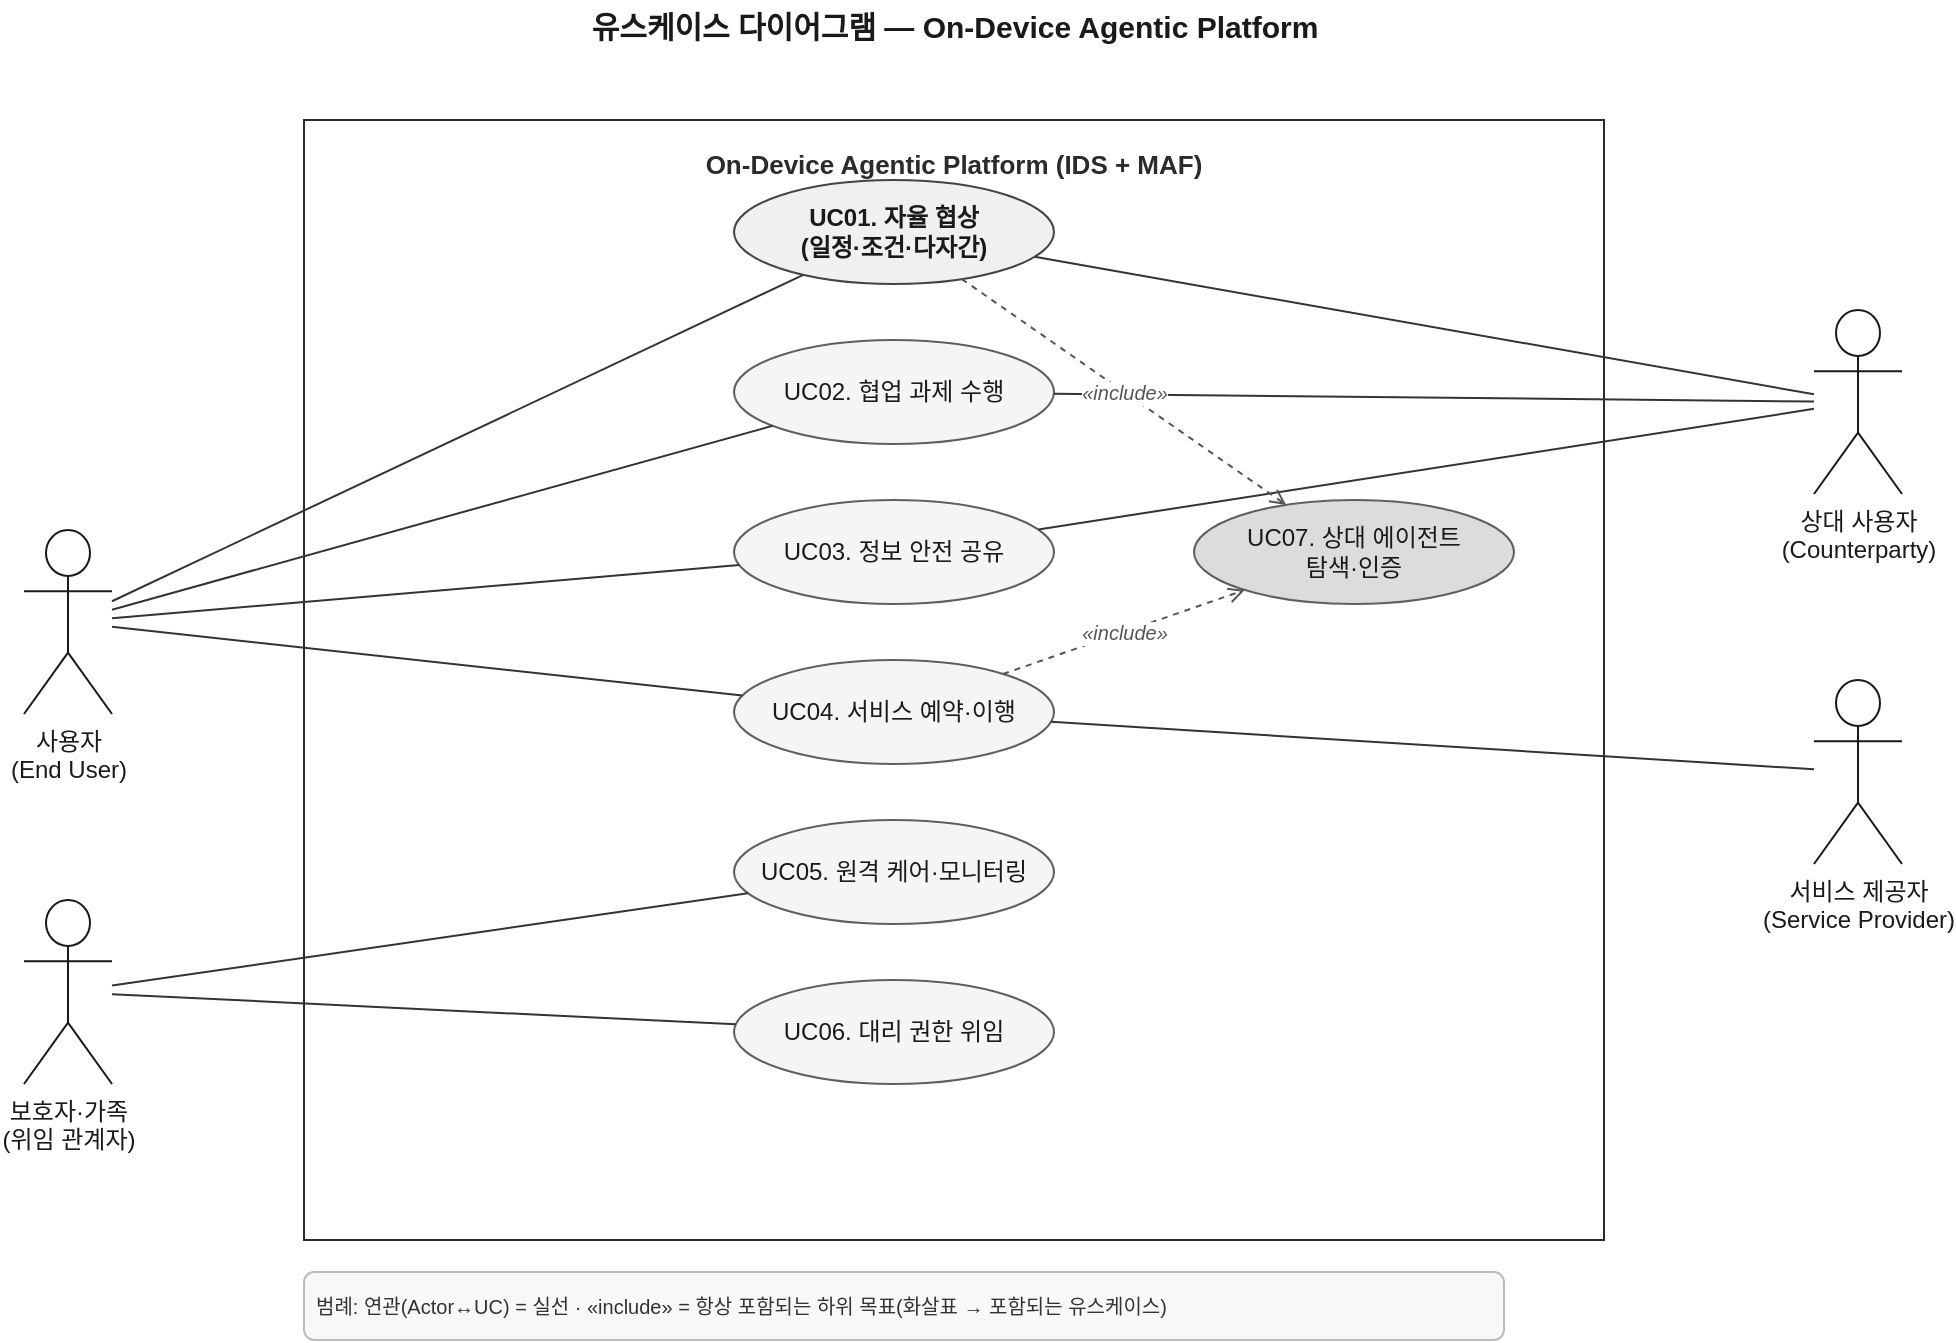
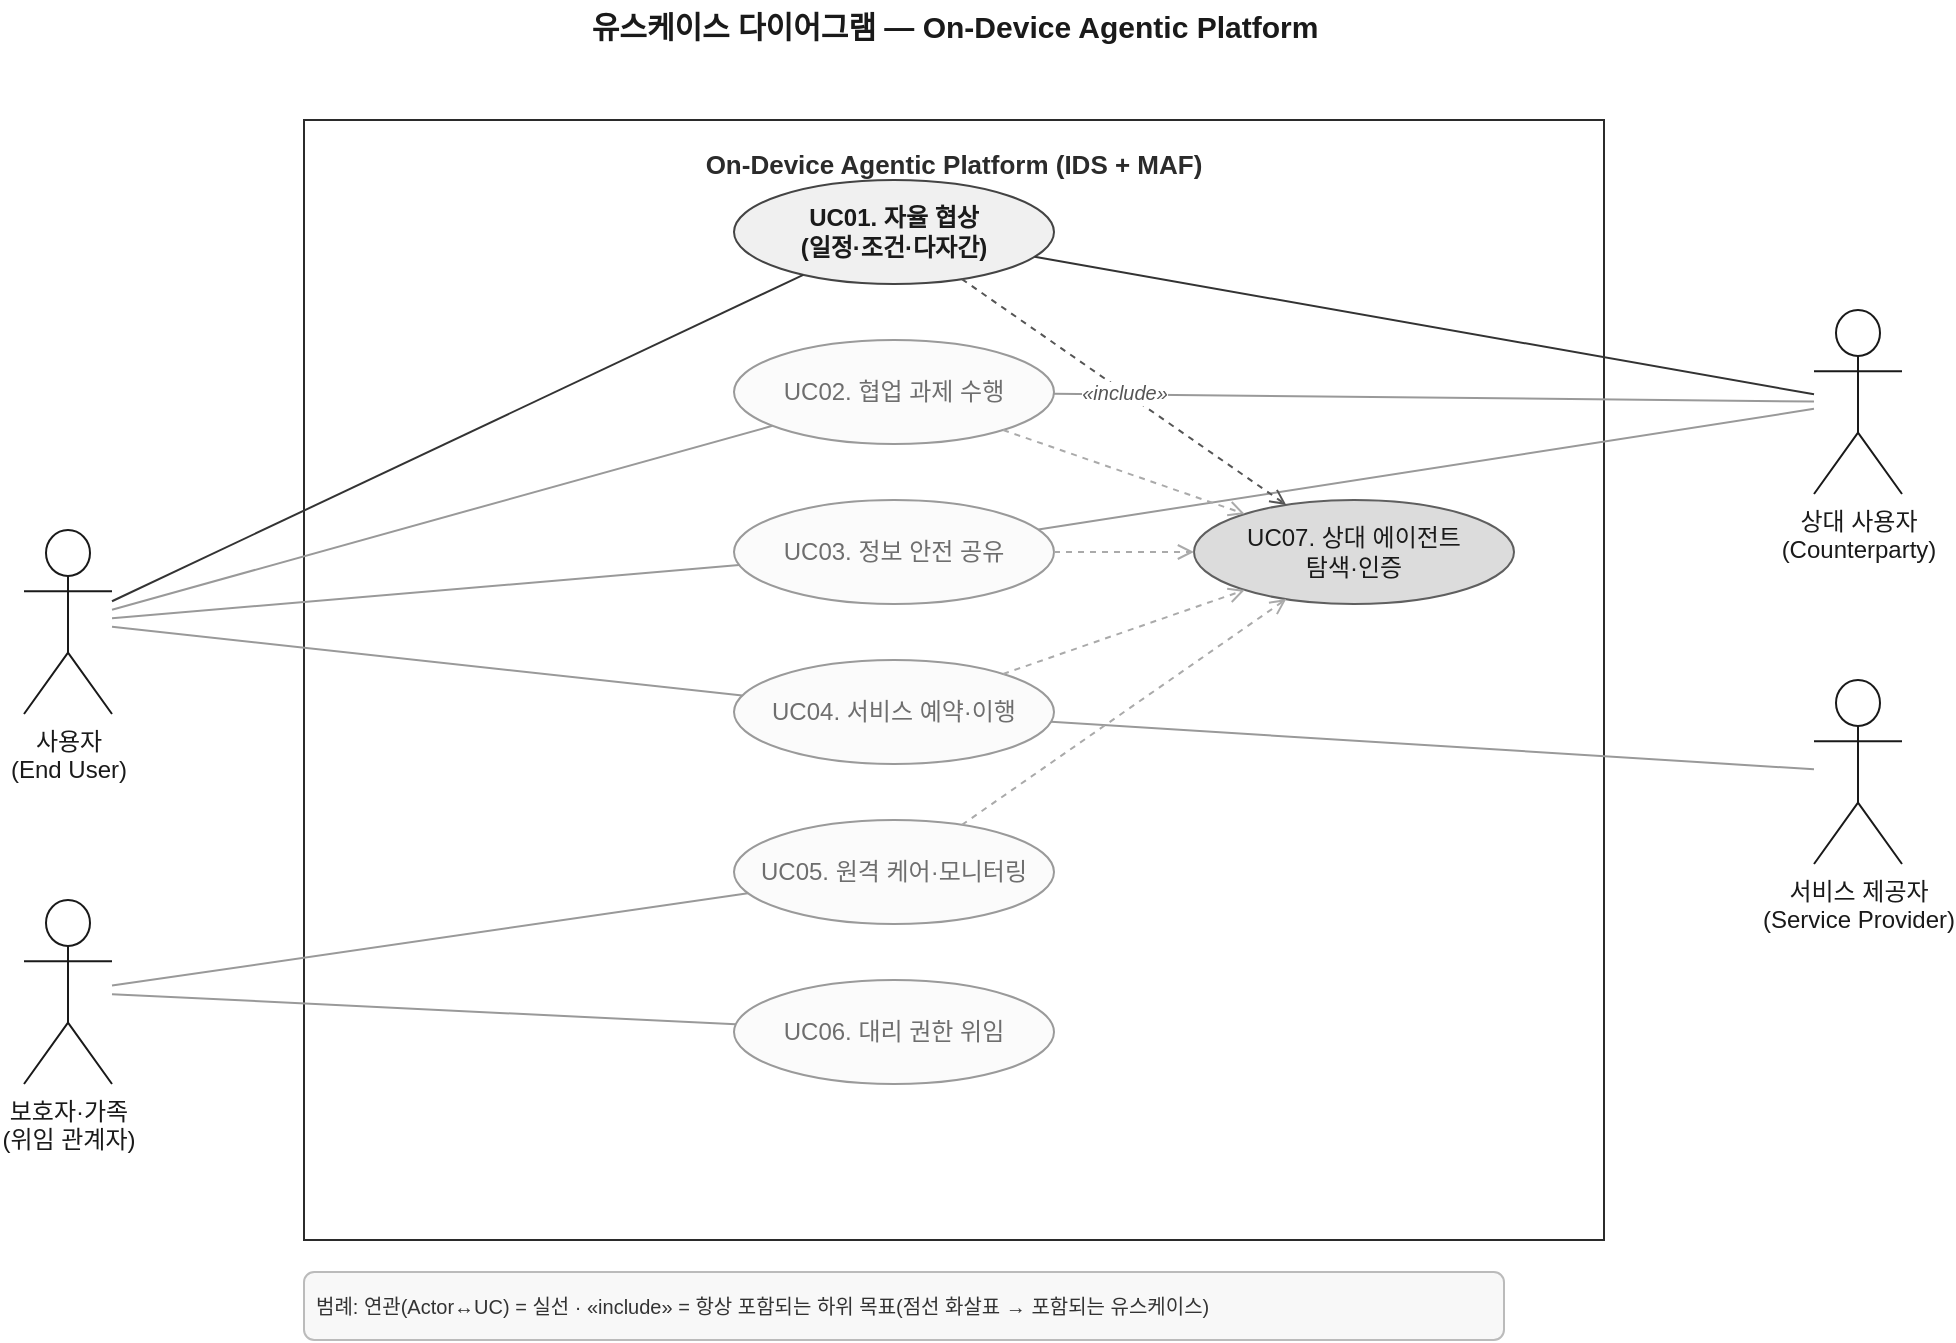
<mxfile host="app.diagrams.net" agent="architect-teamproject" version="24.0.0">
  <diagram name="유스케이스 다이어그램" id="usecase-1">
    <mxGraphModel dx="1200" dy="800" grid="1" gridSize="10" guides="1" tooltips="1" connect="1" arrows="1" fold="1" page="1" pageScale="1" pageWidth="1169" pageHeight="826" math="0" shadow="0">
      <root>
        <mxCell id="0" />
        <mxCell id="1" parent="0" />

        <mxCell id="title" value="유스케이스 다이어그램 — On-Device Agentic Platform" style="text;html=1;align=center;verticalAlign=middle;fontSize=15;fontStyle=1;fontColor=#1a1a1a;" vertex="1" parent="1">
          <mxGeometry x="250" y="20" width="650" height="26" as="geometry" />
        </mxCell>

-         <!-- System boundary -->
        <mxCell id="bnd" value="On-Device Agentic Platform  (IDS + MAF)" style="rounded=0;whiteSpace=wrap;html=1;verticalAlign=top;align=center;fontStyle=1;fontSize=13;fontColor=#2b2b2b;spacingTop=8;fillColor=none;strokeColor=#2b2b2b;" vertex="1" parent="1">
          <mxGeometry x="250" y="80" width="650" height="560" as="geometry" />
        </mxCell>

        <!-- Actors -->
        <mxCell id="aUser" value="사용자&lt;br&gt;(End User)" style="shape=umlActor;verticalLabelPosition=bottom;labelPosition=center;verticalAlign=top;html=1;outlineConnect=0;fontSize=12;fontColor=#1a1a1a;strokeColor=#1a1a1a;fillColor=#ffffff;" vertex="1" parent="1">
          <mxGeometry x="110" y="285" width="44" height="92" as="geometry" />
        </mxCell>
        <mxCell id="aFamily" value="보호자·가족&lt;br&gt;(위임 관계자)" style="shape=umlActor;verticalLabelPosition=bottom;labelPosition=center;verticalAlign=top;html=1;outlineConnect=0;fontSize=12;fontColor=#1a1a1a;strokeColor=#1a1a1a;fillColor=#ffffff;" vertex="1" parent="1">
          <mxGeometry x="110" y="470" width="44" height="92" as="geometry" />
        </mxCell>
        <mxCell id="aCounter" value="상대 사용자&lt;br&gt;(Counterparty)" style="shape=umlActor;verticalLabelPosition=bottom;labelPosition=center;verticalAlign=top;html=1;outlineConnect=0;fontSize=12;fontColor=#1a1a1a;strokeColor=#1a1a1a;fillColor=#ffffff;" vertex="1" parent="1">
          <mxGeometry x="1005" y="175" width="44" height="92" as="geometry" />
        </mxCell>
        <mxCell id="aSvc" value="서비스 제공자&lt;br&gt;(Service Provider)" style="shape=umlActor;verticalLabelPosition=bottom;labelPosition=center;verticalAlign=top;html=1;outlineConnect=0;fontSize=12;fontColor=#1a1a1a;strokeColor=#1a1a1a;fillColor=#ffffff;" vertex="1" parent="1">
          <mxGeometry x="1005" y="360" width="44" height="92" as="geometry" />
        </mxCell>

-         <!-- Use cases (goals, with IDs) -->
+         <!-- Use cases (UC01 primary, UC07 support = normal; UC02~06 lighter) -->
        <mxCell id="uc1" value="UC01. 자율 협상&lt;br&gt;(일정·조건·다자간)" style="ellipse;whiteSpace=wrap;html=1;fillColor=#f0f0f0;strokeColor=#444444;fontColor=#1a1a1a;fontSize=12;fontStyle=1;" vertex="1" parent="1">
          <mxGeometry x="465" y="110" width="160" height="52" as="geometry" />
        </mxCell>
-         <mxCell id="uc2" value="UC02. 협업 과제 수행" style="ellipse;whiteSpace=wrap;html=1;fillColor=#f5f5f5;strokeColor=#5f5f5f;fontColor=#1a1a1a;fontSize=12;" vertex="1" parent="1">
+         <mxCell id="uc2" value="UC02. 협업 과제 수행" style="ellipse;whiteSpace=wrap;html=1;fillColor=#fbfbfb;strokeColor=#9a9a9a;fontColor=#6e6e6e;fontSize=12;" vertex="1" parent="1">
          <mxGeometry x="465" y="190" width="160" height="52" as="geometry" />
        </mxCell>
-         <mxCell id="uc3" value="UC03. 정보 안전 공유" style="ellipse;whiteSpace=wrap;html=1;fillColor=#f5f5f5;strokeColor=#5f5f5f;fontColor=#1a1a1a;fontSize=12;" vertex="1" parent="1">
+         <mxCell id="uc3" value="UC03. 정보 안전 공유" style="ellipse;whiteSpace=wrap;html=1;fillColor=#fbfbfb;strokeColor=#9a9a9a;fontColor=#6e6e6e;fontSize=12;" vertex="1" parent="1">
          <mxGeometry x="465" y="270" width="160" height="52" as="geometry" />
        </mxCell>
-         <mxCell id="uc5" value="UC04. 서비스 예약·이행" style="ellipse;whiteSpace=wrap;html=1;fillColor=#f5f5f5;strokeColor=#5f5f5f;fontColor=#1a1a1a;fontSize=12;" vertex="1" parent="1">
+         <mxCell id="uc5" value="UC04. 서비스 예약·이행" style="ellipse;whiteSpace=wrap;html=1;fillColor=#fbfbfb;strokeColor=#9a9a9a;fontColor=#6e6e6e;fontSize=12;" vertex="1" parent="1">
          <mxGeometry x="465" y="350" width="160" height="52" as="geometry" />
        </mxCell>
-         <mxCell id="uc4" value="UC05. 원격 케어·모니터링" style="ellipse;whiteSpace=wrap;html=1;fillColor=#f5f5f5;strokeColor=#5f5f5f;fontColor=#1a1a1a;fontSize=12;" vertex="1" parent="1">
+         <mxCell id="uc4" value="UC05. 원격 케어·모니터링" style="ellipse;whiteSpace=wrap;html=1;fillColor=#fbfbfb;strokeColor=#9a9a9a;fontColor=#6e6e6e;fontSize=12;" vertex="1" parent="1">
          <mxGeometry x="465" y="430" width="160" height="52" as="geometry" />
        </mxCell>
-         <mxCell id="uc6" value="UC06. 대리 권한 위임" style="ellipse;whiteSpace=wrap;html=1;fillColor=#f5f5f5;strokeColor=#5f5f5f;fontColor=#1a1a1a;fontSize=12;" vertex="1" parent="1">
+         <mxCell id="uc6" value="UC06. 대리 권한 위임" style="ellipse;whiteSpace=wrap;html=1;fillColor=#fbfbfb;strokeColor=#9a9a9a;fontColor=#6e6e6e;fontSize=12;" vertex="1" parent="1">
          <mxGeometry x="465" y="510" width="160" height="52" as="geometry" />
        </mxCell>
        <mxCell id="uc7" value="UC07. 상대 에이전트&lt;br&gt;탐색·인증" style="ellipse;whiteSpace=wrap;html=1;fillColor=#dcdcdc;strokeColor=#5f5f5f;fontColor=#1a1a1a;fontSize=12;" vertex="1" parent="1">
          <mxGeometry x="695" y="270" width="160" height="52" as="geometry" />
        </mxCell>

        <!-- Legend -->
-         <mxCell id="legend" value="범례:  연관(Actor↔UC) = 실선  ·  &amp;laquo;include&amp;raquo; = 항상 포함되는 하위 목표(화살표 → 포함되는 유스케이스)" style="rounded=1;whiteSpace=wrap;html=1;align=left;verticalAlign=middle;fillColor=#f8f8f8;strokeColor=#bbbbbb;fontColor=#333333;fontSize=10;spacing=6;" vertex="1" parent="1">
+         <mxCell id="legend" value="범례:  연관(Actor↔UC) = 실선  ·  &amp;laquo;include&amp;raquo; = 항상 포함되는 하위 목표(점선 화살표 → 포함되는 유스케이스)" style="rounded=1;whiteSpace=wrap;html=1;align=left;verticalAlign=middle;fillColor=#f8f8f8;strokeColor=#bbbbbb;fontColor=#333333;fontSize=10;spacing=6;" vertex="1" parent="1">
          <mxGeometry x="250" y="656" width="600" height="34" as="geometry" />
        </mxCell>

-         <!-- Associations: 사용자 -->
+         <!-- Associations: 사용자 (UC01 dark; UC02/03/04 light) -->
        <mxCell id="a_u1" style="endArrow=none;html=1;strokeColor=#333333;" edge="1" parent="1" source="aUser" target="uc1"><mxGeometry relative="1" as="geometry" /></mxCell>
-         <mxCell id="a_u2" style="endArrow=none;html=1;strokeColor=#333333;" edge="1" parent="1" source="aUser" target="uc2"><mxGeometry relative="1" as="geometry" /></mxCell>
-         <mxCell id="a_u3" style="endArrow=none;html=1;strokeColor=#333333;" edge="1" parent="1" source="aUser" target="uc3"><mxGeometry relative="1" as="geometry" /></mxCell>
-         <mxCell id="a_u5" style="endArrow=none;html=1;strokeColor=#333333;" edge="1" parent="1" source="aUser" target="uc5"><mxGeometry relative="1" as="geometry" /></mxCell>
+         <mxCell id="a_u2" style="endArrow=none;html=1;strokeColor=#999999;" edge="1" parent="1" source="aUser" target="uc2"><mxGeometry relative="1" as="geometry" /></mxCell>
+         <mxCell id="a_u3" style="endArrow=none;html=1;strokeColor=#999999;" edge="1" parent="1" source="aUser" target="uc3"><mxGeometry relative="1" as="geometry" /></mxCell>
+         <mxCell id="a_u5" style="endArrow=none;html=1;strokeColor=#999999;" edge="1" parent="1" source="aUser" target="uc5"><mxGeometry relative="1" as="geometry" /></mxCell>

-         <!-- Associations: 보호자·가족 -->
-         <mxCell id="a_f4" style="endArrow=none;html=1;strokeColor=#333333;" edge="1" parent="1" source="aFamily" target="uc4"><mxGeometry relative="1" as="geometry" /></mxCell>
-         <mxCell id="a_f6" style="endArrow=none;html=1;strokeColor=#333333;" edge="1" parent="1" source="aFamily" target="uc6"><mxGeometry relative="1" as="geometry" /></mxCell>
+         <!-- Associations: 보호자·가족 (UC05/06 light) -->
+         <mxCell id="a_f4" style="endArrow=none;html=1;strokeColor=#999999;" edge="1" parent="1" source="aFamily" target="uc4"><mxGeometry relative="1" as="geometry" /></mxCell>
+         <mxCell id="a_f6" style="endArrow=none;html=1;strokeColor=#999999;" edge="1" parent="1" source="aFamily" target="uc6"><mxGeometry relative="1" as="geometry" /></mxCell>

-         <!-- Associations: 상대 사용자 -->
+         <!-- Associations: 상대 사용자 (UC01 dark; UC02/03 light) -->
        <mxCell id="a_c1" style="endArrow=none;html=1;strokeColor=#333333;" edge="1" parent="1" source="aCounter" target="uc1"><mxGeometry relative="1" as="geometry" /></mxCell>
-         <mxCell id="a_c2" style="endArrow=none;html=1;strokeColor=#333333;" edge="1" parent="1" source="aCounter" target="uc2"><mxGeometry relative="1" as="geometry" /></mxCell>
-         <mxCell id="a_c3" style="endArrow=none;html=1;strokeColor=#333333;" edge="1" parent="1" source="aCounter" target="uc3"><mxGeometry relative="1" as="geometry" /></mxCell>
+         <mxCell id="a_c2" style="endArrow=none;html=1;strokeColor=#999999;" edge="1" parent="1" source="aCounter" target="uc2"><mxGeometry relative="1" as="geometry" /></mxCell>
+         <mxCell id="a_c3" style="endArrow=none;html=1;strokeColor=#999999;" edge="1" parent="1" source="aCounter" target="uc3"><mxGeometry relative="1" as="geometry" /></mxCell>

-         <!-- Associations: 서비스 제공자 -->
-         <mxCell id="a_s5" style="endArrow=none;html=1;strokeColor=#333333;" edge="1" parent="1" source="aSvc" target="uc5"><mxGeometry relative="1" as="geometry" /></mxCell>
+         <!-- Associations: 서비스 제공자 (UC04 light) -->
+         <mxCell id="a_s5" style="endArrow=none;html=1;strokeColor=#999999;" edge="1" parent="1" source="aSvc" target="uc5"><mxGeometry relative="1" as="geometry" /></mxCell>

-         <!-- include -->
+         <!-- include: UC01 dark; UC02/03/04/05 light -->
        <mxCell id="inc1" value="&amp;laquo;include&amp;raquo;" style="endArrow=open;dashed=1;html=1;strokeColor=#555555;fontColor=#555555;fontSize=10;fontStyle=2;" edge="1" parent="1" source="uc1" target="uc7"><mxGeometry relative="1" as="geometry" /></mxCell>
-         <mxCell id="inc5" value="&amp;laquo;include&amp;raquo;" style="endArrow=open;dashed=1;html=1;strokeColor=#555555;fontColor=#555555;fontSize=10;fontStyle=2;" edge="1" parent="1" source="uc5" target="uc7"><mxGeometry relative="1" as="geometry" /></mxCell>
+         <mxCell id="inc2" style="endArrow=open;dashed=1;html=1;strokeColor=#aaaaaa;fontColor=#aaaaaa;fontSize=10;fontStyle=2;" edge="1" parent="1" source="uc2" target="uc7"><mxGeometry relative="1" as="geometry" /></mxCell>
+         <mxCell id="inc3" style="endArrow=open;dashed=1;html=1;strokeColor=#aaaaaa;fontColor=#aaaaaa;fontSize=10;fontStyle=2;" edge="1" parent="1" source="uc3" target="uc7"><mxGeometry relative="1" as="geometry" /></mxCell>
+         <mxCell id="inc5" style="endArrow=open;dashed=1;html=1;strokeColor=#aaaaaa;fontColor=#aaaaaa;fontSize=10;fontStyle=2;" edge="1" parent="1" source="uc5" target="uc7"><mxGeometry relative="1" as="geometry" /></mxCell>
+         <mxCell id="inc4" style="endArrow=open;dashed=1;html=1;strokeColor=#aaaaaa;fontColor=#aaaaaa;fontSize=10;fontStyle=2;" edge="1" parent="1" source="uc4" target="uc7"><mxGeometry relative="1" as="geometry" /></mxCell>

      </root>
    </mxGraphModel>
  </diagram>
</mxfile>
